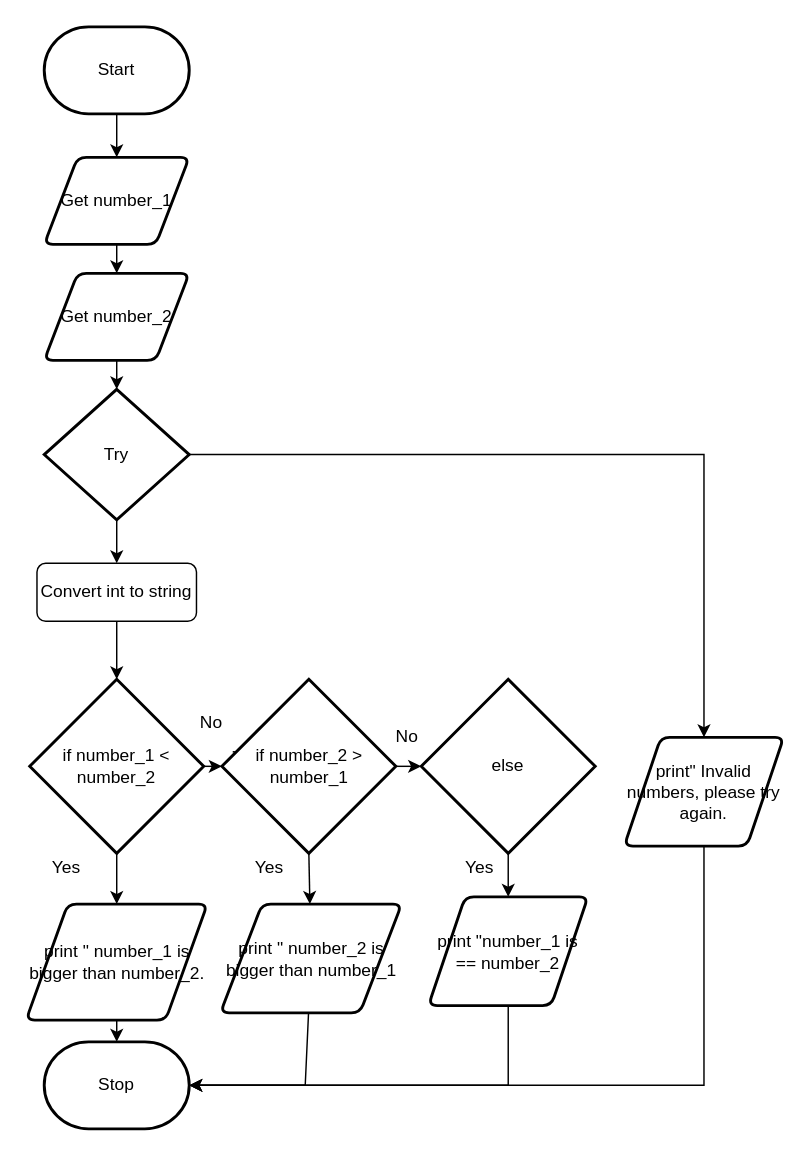
Earlier version of the draw.io diagram Draw.io/Flowchart.drawio (Peter-Gemmell/ICS3U-Assignment-3-Python). Source tidied: cells renumbered, new cells numbered last; positions are measured from the earlier drawing's top-left corner, leaving out a move shared by most shapes. Both pictures are drawn from the tidied source at 145%, with x=0, y=0 at pixel (26, 26).
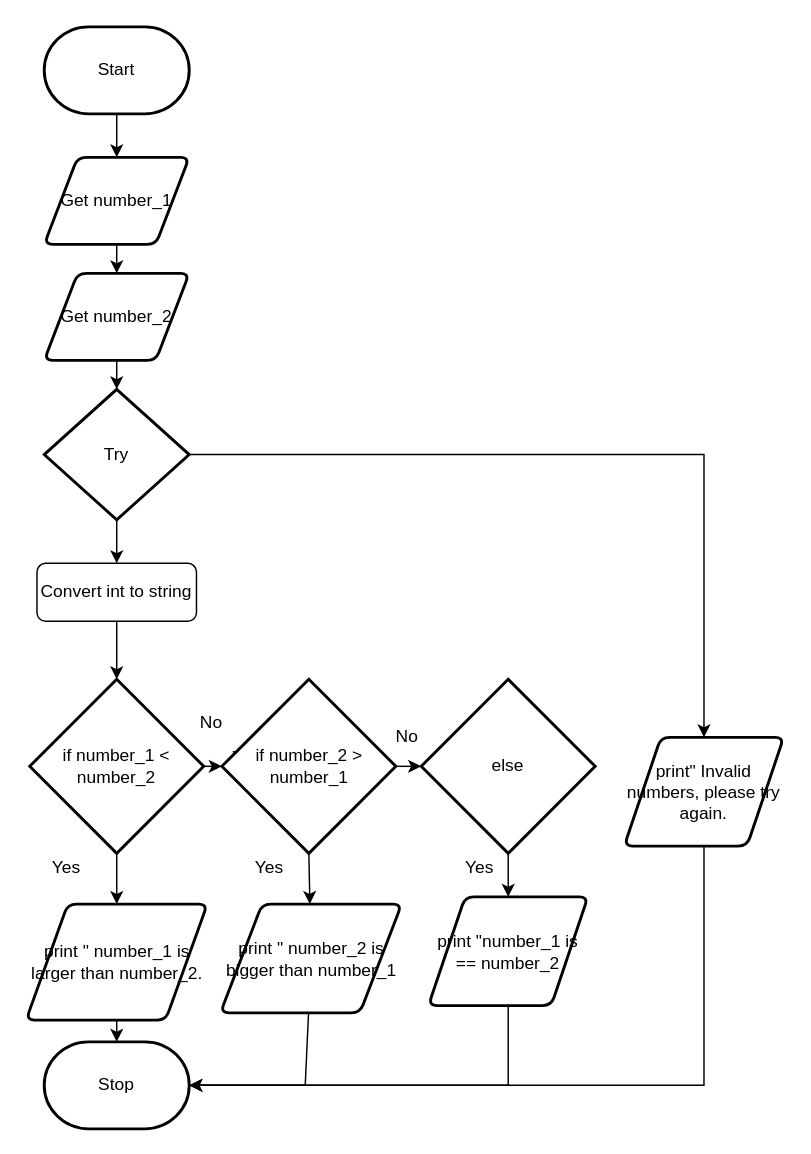
After the change.

The edit, as a diff of the source:
```diff
@@
-    <mxCell id="14" value="print &quot; number_1 is bigger than number_2." style="shape=parallelogram;html=1;strokeWidth=2;perimeter=parallelogramPerimeter;whiteSpace=wrap;rounded=1;arcSize=12;size=0.23;" parent="1" vertex="1">
+    <mxCell id="14" value="print &quot; number_1 is larger than number_2." style="shape=parallelogram;html=1;strokeWidth=2;perimeter=parallelogramPerimeter;whiteSpace=wrap;rounded=1;arcSize=12;size=0.23;" parent="1" vertex="1">
       <mxGeometry x="-0.5" y="605" width="125" height="80" as="geometry" />
     </mxCell>
```
